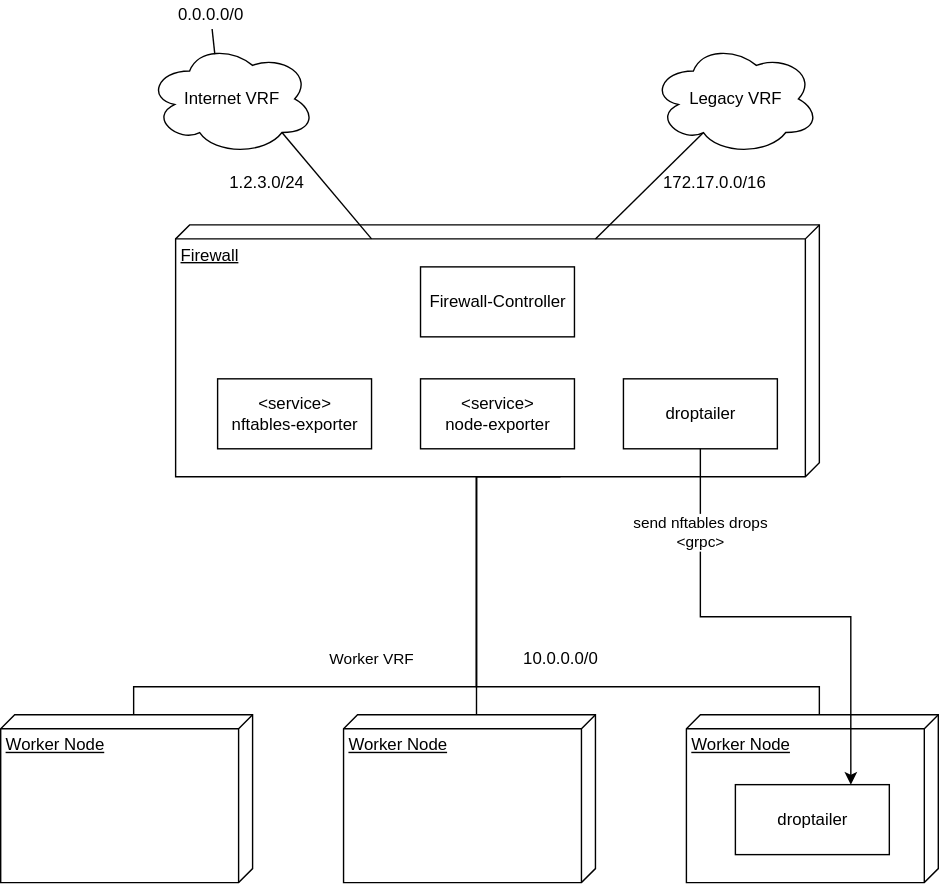
Before: architecture.svg, a diagram exported from draw.io (metal-stack/firewall-controller). Source tidied: cells renumbered, new cells last; positions are measured from the earlier drawing's top-left corner, leaving out a move shared by most shapes. The source it was exported from:
```xml
<mxGraphModel>
  <root>
    <mxCell id="0" />
    <mxCell id="1" parent="0" />
    <mxCell id="2" value="Worker Node" style="verticalAlign=top;align=left;spacingTop=8;spacingLeft=2;spacingRight=12;shape=cube;size=10;direction=south;fontStyle=4;html=1;" parent="1" vertex="1">
      <mxGeometry y="510" width="180" height="120" as="geometry" />
    </mxCell>
    <mxCell id="3" value="Firewall" style="verticalAlign=top;align=left;spacingTop=8;spacingLeft=2;spacingRight=12;shape=cube;size=10;direction=south;fontStyle=4;html=1;" parent="1" vertex="1">
      <mxGeometry x="125" y="160" width="460" height="180" as="geometry" />
    </mxCell>
    <mxCell id="4" style="edgeStyle=orthogonalEdgeStyle;rounded=0;jettySize=auto;html=1;exitX=0;exitY=0;exitDx=180;exitDy=185;endArrow=none;endFill=0;exitPerimeter=0;entryX=0;entryY=0;entryDx=0;entryDy=85;entryPerimeter=0;" parent="1" edge="1" source="3" target="2">
      <mxGeometry relative="1" as="geometry">
        <Array as="points">
          <mxPoint x="340" y="340" />
          <mxPoint x="340" y="490" />
          <mxPoint x="95" y="490" />
        </Array>
      </mxGeometry>
    </mxCell>
    <mxCell id="5" value="Worker VRF" style="edgeLabel;html=1;align=center;verticalAlign=middle;" parent="4" vertex="1">
      <mxGeometry x="0.32" relative="1" as="geometry">
        <mxPoint x="28.1" y="-20" as="offset" />
      </mxGeometry>
    </mxCell>
    <mxCell id="6" style="edgeStyle=none;rounded=0;jettySize=auto;html=1;entryX=0.31;entryY=0.8;entryDx=0;entryDy=0;entryPerimeter=0;endArrow=none;endFill=0;" parent="1" edge="1" target="12">
      <mxGeometry relative="1" as="geometry">
        <mxPoint x="425" y="170" as="sourcePoint" />
      </mxGeometry>
    </mxCell>
    <mxCell id="7" value="Firewall-Controller" style="html=1;" parent="1" vertex="1">
      <mxGeometry x="300" y="190" width="110" height="50" as="geometry" />
    </mxCell>
    <mxCell id="8" style="edgeStyle=orthogonalEdgeStyle;rounded=0;jettySize=auto;html=1;exitX=0;exitY=0;exitDx=0;exitDy=85;endArrow=none;endFill=0;exitPerimeter=0;" parent="1" edge="1" source="23">
      <mxGeometry relative="1" as="geometry">
        <mxPoint x="340" y="340" as="targetPoint" />
      </mxGeometry>
    </mxCell>
    <mxCell id="9" style="edgeStyle=orthogonalEdgeStyle;rounded=0;jettySize=auto;html=1;exitX=0;exitY=0;exitDx=0;exitDy=85;endArrow=none;endFill=0;exitPerimeter=0;" parent="1" edge="1" source="24">
      <mxGeometry relative="1" as="geometry">
        <mxPoint x="340" y="340" as="targetPoint" />
        <Array as="points">
          <mxPoint x="585" y="490" />
          <mxPoint x="340" y="490" />
        </Array>
      </mxGeometry>
    </mxCell>
    <mxCell id="10" style="edgeStyle=none;rounded=0;jettySize=auto;html=1;exitX=0.8;exitY=0.8;exitDx=0;exitDy=0;exitPerimeter=0;endArrow=none;endFill=0;" parent="1" edge="1" source="11">
      <mxGeometry relative="1" as="geometry">
        <mxPoint x="265" y="170" as="targetPoint" />
      </mxGeometry>
    </mxCell>
    <mxCell id="11" style="ellipse;shape=cloud;whiteSpace=wrap;html=1;" parent="1" vertex="1">
      <mxGeometry x="105" y="30" width="120" height="80" as="geometry" />
    </mxCell>
    <mxCell id="12" style="ellipse;shape=cloud;whiteSpace=wrap;html=1;" parent="1" vertex="1">
      <mxGeometry x="465" y="30" width="120" height="80" as="geometry" />
    </mxCell>
    <mxCell id="13" value="Internet VRF" style="text;html=1;align=center;verticalAlign=middle;" parent="1" vertex="1">
      <mxGeometry x="125" y="60" width="80" height="20" as="geometry" />
    </mxCell>
    <mxCell id="14" value="Legacy VRF" style="text;html=1;align=center;verticalAlign=middle;" parent="1" vertex="1">
      <mxGeometry x="485" y="60" width="80" height="20" as="geometry" />
    </mxCell>
    <mxCell id="15" value="1.2.3.0/24" style="text;html=1;align=center;verticalAlign=middle;" parent="1" vertex="1">
      <mxGeometry x="155" y="120" width="70" height="20" as="geometry" />
    </mxCell>
    <mxCell id="16" value="172.17.0.0/16" style="text;html=1;align=center;verticalAlign=middle;" parent="1" vertex="1">
      <mxGeometry x="465" y="120" width="90" height="20" as="geometry" />
    </mxCell>
    <mxCell id="17" value="10.0.0.0/0" style="text;html=1;align=center;verticalAlign=middle;" parent="1" vertex="1">
      <mxGeometry x="365" y="460" width="70" height="20" as="geometry" />
    </mxCell>
    <mxCell id="18" style="edgeStyle=none;rounded=0;jettySize=auto;html=1;entryX=0.4;entryY=0.1;entryDx=0;entryDy=0;entryPerimeter=0;endArrow=none;endFill=0;" parent="1" edge="1" source="19" target="11">
      <mxGeometry relative="1" as="geometry" />
    </mxCell>
    <mxCell id="19" value="0.0.0.0/0" style="text;html=1;align=center;verticalAlign=middle;points=[];" parent="1" vertex="1">
      <mxGeometry x="120" width="60" height="20" as="geometry" />
    </mxCell>
    <mxCell id="20" value="&amp;lt;service&amp;gt;&lt;br&gt;nftables-exporter" style="html=1;" parent="1" vertex="1">
      <mxGeometry x="155" y="270" width="110" height="50" as="geometry" />
    </mxCell>
    <mxCell id="21" value="&amp;lt;service&amp;gt;&lt;br&gt;node-exporter" style="html=1;" parent="1" vertex="1">
      <mxGeometry x="300" y="270" width="110" height="50" as="geometry" />
    </mxCell>
    <mxCell id="22" value="droptailer" style="html=1;" parent="1" vertex="1">
      <mxGeometry x="445" y="270" width="110" height="50" as="geometry" />
    </mxCell>
    <mxCell id="23" value="Worker Node" style="verticalAlign=top;align=left;spacingTop=8;spacingLeft=2;spacingRight=12;shape=cube;size=10;direction=south;fontStyle=4;html=1;" parent="1" vertex="1">
      <mxGeometry x="245" y="510" width="180" height="120" as="geometry" />
    </mxCell>
    <mxCell id="24" value="Worker Node" style="verticalAlign=top;align=left;spacingTop=8;spacingLeft=2;spacingRight=12;shape=cube;size=10;direction=south;fontStyle=4;html=1;" parent="1" vertex="1">
      <mxGeometry x="490" y="510" width="180" height="120" as="geometry" />
    </mxCell>
    <mxCell id="25" value="droptailer" style="html=1;" parent="1" vertex="1">
      <mxGeometry x="525" y="560" width="110" height="50" as="geometry" />
    </mxCell>
    <mxCell id="26" style="edgeStyle=orthogonalEdgeStyle;rounded=0;jettySize=auto;html=1;entryX=0.75;entryY=0;entryDx=0;entryDy=0;" parent="1" edge="1" source="22" target="25">
      <mxGeometry relative="1" as="geometry" />
    </mxCell>
    <mxCell id="27" value="send nftables drops&lt;br&gt;&amp;lt;grpc&amp;gt;" style="edgeLabel;html=1;align=center;verticalAlign=middle;" parent="26" vertex="1">
      <mxGeometry x="-0.31" y="37" relative="1" as="geometry">
        <mxPoint x="0.1" y="-23" as="offset" />
      </mxGeometry>
    </mxCell>
  </root>
</mxGraphModel>
```
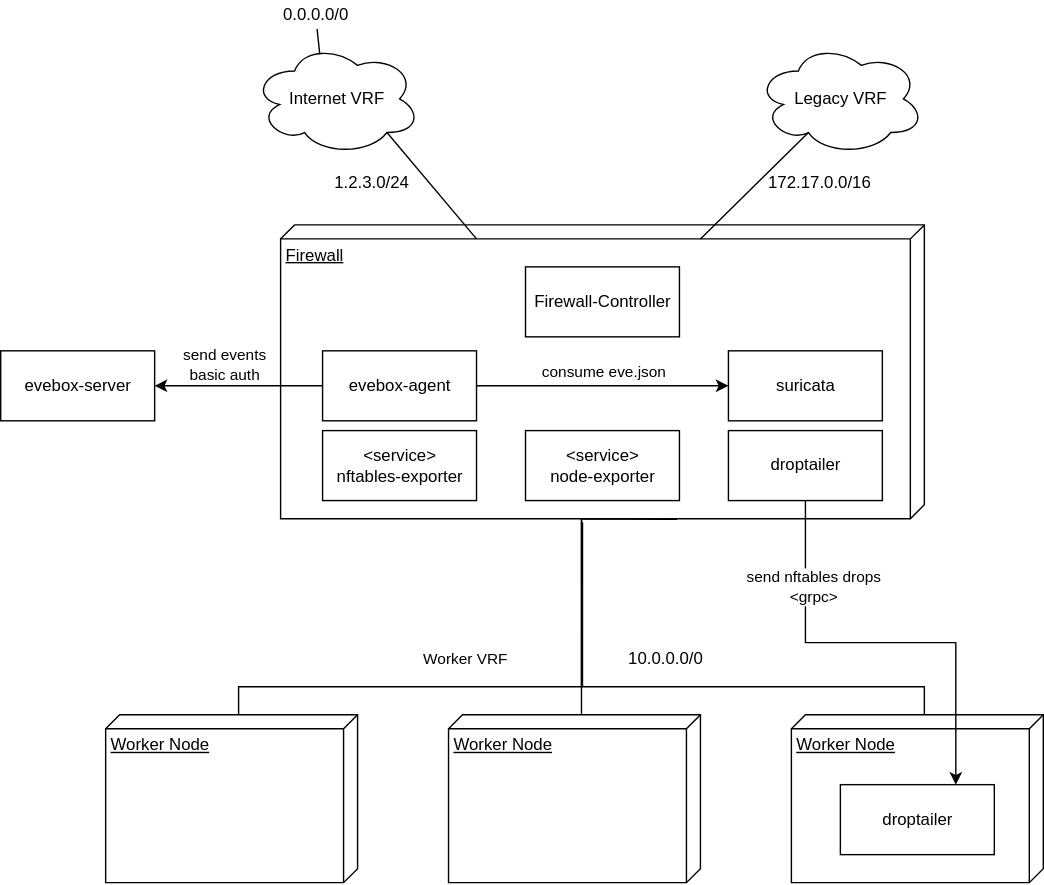
After the change.

Commit message:
Evebox added to the architecture

What changed in the source:
```diff
@@ -6,12 +6,13 @@
       <mxGeometry y="510" width="180" height="120" as="geometry" />
     </mxCell>
     <mxCell id="3" value="Firewall" style="verticalAlign=top;align=left;spacingTop=8;spacingLeft=2;spacingRight=12;shape=cube;size=10;direction=south;fontStyle=4;html=1;" parent="1" vertex="1">
-      <mxGeometry x="125" y="160" width="460" height="180" as="geometry" />
+      <mxGeometry x="125" y="160" width="460" height="210" as="geometry" />
     </mxCell>
-    <mxCell id="4" style="edgeStyle=orthogonalEdgeStyle;rounded=0;jettySize=auto;html=1;exitX=0;exitY=0;exitDx=180;exitDy=185;endArrow=none;endFill=0;exitPerimeter=0;entryX=0;entryY=0;entryDx=0;entryDy=85;entryPerimeter=0;" parent="1" edge="1" source="3" target="2">
+    <mxCell id="4" style="edgeStyle=orthogonalEdgeStyle;rounded=0;jettySize=auto;html=1;exitX=1.002;exitY=0.384;exitDx=0;exitDy=0;endArrow=none;endFill=0;exitPerimeter=0;entryX=0;entryY=0;entryDx=0;entryDy=85;entryPerimeter=0;" parent="1" edge="1" source="3" target="2">
       <mxGeometry relative="1" as="geometry">
         <Array as="points">
-          <mxPoint x="340" y="340" />
+          <mxPoint x="400" y="370" />
+          <mxPoint x="340" y="370" />
           <mxPoint x="340" y="490" />
           <mxPoint x="95" y="490" />
         </Array>
@@ -32,15 +33,14 @@
     </mxCell>
     <mxCell id="8" style="edgeStyle=orthogonalEdgeStyle;rounded=0;jettySize=auto;html=1;exitX=0;exitY=0;exitDx=0;exitDy=85;endArrow=none;endFill=0;exitPerimeter=0;" parent="1" edge="1" source="23">
       <mxGeometry relative="1" as="geometry">
-        <mxPoint x="340" y="340" as="targetPoint" />
+        <mxPoint x="340" y="370" as="targetPoint" />
       </mxGeometry>
     </mxCell>
-    <mxCell id="9" style="edgeStyle=orthogonalEdgeStyle;rounded=0;jettySize=auto;html=1;exitX=0;exitY=0;exitDx=0;exitDy=85;endArrow=none;endFill=0;exitPerimeter=0;" parent="1" edge="1" source="24">
+    <mxCell id="9" style="edgeStyle=orthogonalEdgeStyle;rounded=0;jettySize=auto;html=1;exitX=0;exitY=0;exitDx=0;exitDy=85;endArrow=none;endFill=0;exitPerimeter=0;entryX=1.012;entryY=0.531;entryDx=0;entryDy=0;entryPerimeter=0;" parent="1" edge="1" source="24" target="3">
       <mxGeometry relative="1" as="geometry">
-        <mxPoint x="340" y="340" as="targetPoint" />
         <Array as="points">
           <mxPoint x="585" y="490" />
-          <mxPoint x="340" y="490" />
+          <mxPoint x="341" y="490" />
         </Array>
       </mxGeometry>
     </mxCell>
@@ -77,13 +77,13 @@
       <mxGeometry x="120" width="60" height="20" as="geometry" />
     </mxCell>
     <mxCell id="20" value="&amp;lt;service&amp;gt;&lt;br&gt;nftables-exporter" style="html=1;" parent="1" vertex="1">
-      <mxGeometry x="155" y="270" width="110" height="50" as="geometry" />
+      <mxGeometry x="155" y="307" width="110" height="50" as="geometry" />
     </mxCell>
     <mxCell id="21" value="&amp;lt;service&amp;gt;&lt;br&gt;node-exporter" style="html=1;" parent="1" vertex="1">
-      <mxGeometry x="300" y="270" width="110" height="50" as="geometry" />
+      <mxGeometry x="300" y="307" width="110" height="50" as="geometry" />
     </mxCell>
     <mxCell id="22" value="droptailer" style="html=1;" parent="1" vertex="1">
-      <mxGeometry x="445" y="270" width="110" height="50" as="geometry" />
+      <mxGeometry x="445" y="307" width="110" height="50" as="geometry" />
     </mxCell>
     <mxCell id="23" value="Worker Node" style="verticalAlign=top;align=left;spacingTop=8;spacingLeft=2;spacingRight=12;shape=cube;size=10;direction=south;fontStyle=4;html=1;" parent="1" vertex="1">
       <mxGeometry x="245" y="510" width="180" height="120" as="geometry" />
@@ -99,8 +99,33 @@
     </mxCell>
     <mxCell id="27" value="send nftables drops&lt;br&gt;&amp;lt;grpc&amp;gt;" style="edgeLabel;html=1;align=center;verticalAlign=middle;" parent="26" vertex="1">
       <mxGeometry x="-0.31" y="37" relative="1" as="geometry">
-        <mxPoint x="0.1" y="-23" as="offset" />
+        <mxPoint y="-3" as="offset" />
       </mxGeometry>
     </mxCell>
+    <mxCell id="28" style="edgeStyle=orthogonalEdgeStyle;rounded=0;jettySize=auto;html=1;entryX=0;entryY=0.5;entryDx=0;entryDy=0;" parent="1" edge="1" source="32" target="33">
+      <mxGeometry relative="1" as="geometry" />
+    </mxCell>
+    <mxCell id="29" value="consume eve.json" style="edgeLabel;html=1;align=center;verticalAlign=middle;" parent="28" vertex="1">
+      <mxGeometry x="0.13" y="-1" relative="1" as="geometry">
+        <mxPoint x="-11.9" y="-11" as="offset" />
+      </mxGeometry>
+    </mxCell>
+    <mxCell id="30" style="edgeStyle=orthogonalEdgeStyle;rounded=0;jettySize=auto;html=1;entryX=1;entryY=0.5;entryDx=0;entryDy=0;" parent="1" edge="1" source="32" target="34">
+      <mxGeometry relative="1" as="geometry" />
+    </mxCell>
+    <mxCell id="31" value="send events&lt;br&gt;basic auth" style="edgeLabel;html=1;align=center;verticalAlign=middle;" parent="30" vertex="1">
+      <mxGeometry x="-0.07" y="2" relative="1" as="geometry">
+        <mxPoint x="-14.3" y="-17" as="offset" />
+      </mxGeometry>
+    </mxCell>
+    <mxCell id="32" value="evebox-agent" style="html=1;" parent="1" vertex="1">
+      <mxGeometry x="155" y="250" width="110" height="50" as="geometry" />
+    </mxCell>
+    <mxCell id="33" value="suricata" style="html=1;" parent="1" vertex="1">
+      <mxGeometry x="445" y="250" width="110" height="50" as="geometry" />
+    </mxCell>
+    <mxCell id="34" value="evebox-server" style="html=1;" parent="1" vertex="1">
+      <mxGeometry x="-75" y="250" width="110" height="50" as="geometry" />
+    </mxCell>
   </root>
 </mxGraphModel>
```
